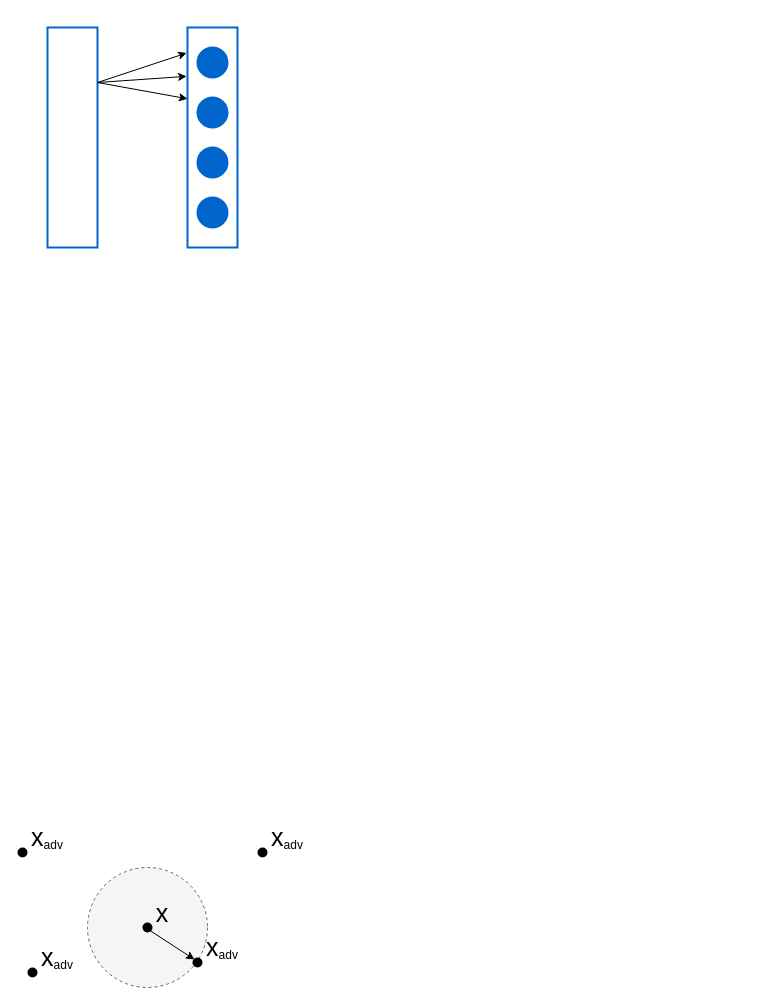
Earlier version of the draw.io diagram images/diagram.drawio (BohdanBuhrii/Defending-DNN-against-attacks). Source tidied: cells renumbered, new cells numbered last; positions are measured from the earlier drawing's top-left corner, leaving out a move shared by most shapes. Both pictures are drawn from the tidied source at 100%, with x=0, y=0 at pixel (17, 27).
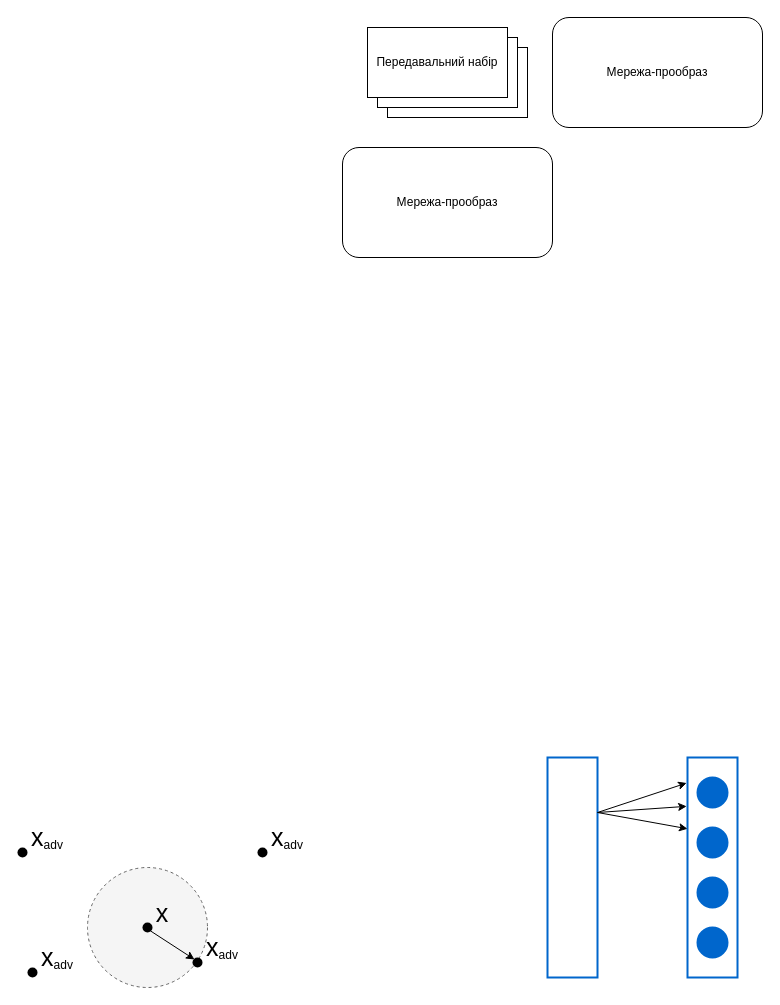
The same page after the edit.

The edit, as a diff of the source:
```diff
@@
     <mxCell id="23" style="rounded=0;whiteSpace=wrap;html=1;strokeWidth=2;strokeColor=#0066CC;fillColor=none;" parent="1" vertex="1">
-      <mxGeometry x="170" width="50" height="220" as="geometry" />
+      <mxGeometry x="670" y="730" width="50" height="220" as="geometry" />
     </mxCell>
     <mxCell id="24" style="ellipse;whiteSpace=wrap;html=1;strokeWidth=2;strokeColor=#0066CC;fillColor=#0066CC;" parent="1" vertex="1">
-      <mxGeometry x="180" y="20" width="30" height="30" as="geometry" />
+      <mxGeometry x="680" y="750" width="30" height="30" as="geometry" />
     </mxCell>
     <mxCell id="25" style="ellipse;whiteSpace=wrap;html=1;strokeWidth=2;strokeColor=#0066CC;fillColor=#0066CC;" parent="1" vertex="1">
-      <mxGeometry x="180" y="70" width="30" height="30" as="geometry" />
+      <mxGeometry x="680" y="800" width="30" height="30" as="geometry" />
     </mxCell>
     <mxCell id="26" style="ellipse;whiteSpace=wrap;html=1;strokeWidth=2;strokeColor=#0066CC;fillColor=#0066CC;" parent="1" vertex="1">
-      <mxGeometry x="180" y="120" width="30" height="30" as="geometry" />
+      <mxGeometry x="680" y="850" width="30" height="30" as="geometry" />
     </mxCell>
     <mxCell id="27" style="ellipse;whiteSpace=wrap;html=1;strokeWidth=2;strokeColor=#0066CC;fillColor=#0066CC;" parent="1" vertex="1">
-      <mxGeometry x="180" y="170" width="30" height="30" as="geometry" />
+      <mxGeometry x="680" y="900" width="30" height="30" as="geometry" />
     </mxCell>
@@
     <mxCell id="29" style="rounded=0;whiteSpace=wrap;html=1;strokeWidth=2;strokeColor=#0066CC;fillColor=none;" parent="1" vertex="1">
-      <mxGeometry x="30" width="50" height="220" as="geometry" />
+      <mxGeometry x="530" y="730" width="50" height="220" as="geometry" />
     </mxCell>
@@
+    <mxCell id="32" style="rounded=0;whiteSpace=wrap;html=1;" parent="1" vertex="1">
+      <mxGeometry x="370" y="20" width="140" height="70" as="geometry" />
+    </mxCell>
+    <mxCell id="33" style="rounded=0;whiteSpace=wrap;html=1;" parent="1" vertex="1">
+      <mxGeometry x="360" y="10" width="140" height="70" as="geometry" />
+    </mxCell>
+    <mxCell id="34" value="Передавальний набір" style="rounded=0;whiteSpace=wrap;html=1;" parent="1" vertex="1">
+      <mxGeometry x="350" width="140" height="70" as="geometry" />
+    </mxCell>
+    <mxCell id="35" value="Мережа-прообраз" style="rounded=1;whiteSpace=wrap;html=1;" parent="1" vertex="1">
+      <mxGeometry x="325" y="120" width="210" height="110" as="geometry" />
+    </mxCell>
+    <mxCell id="36" value="Мережа-прообраз" style="rounded=1;whiteSpace=wrap;html=1;" parent="1" vertex="1">
+      <mxGeometry x="535" y="-10" width="210" height="110" as="geometry" />
+    </mxCell>
```
